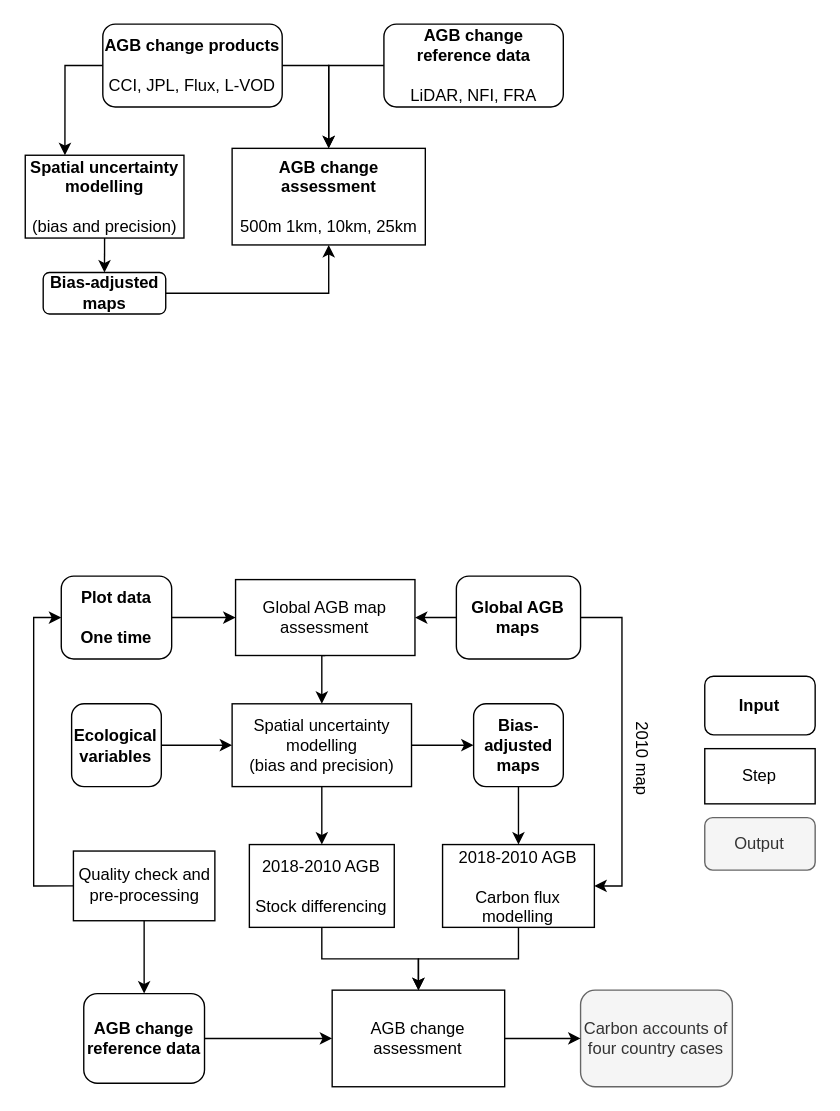
This is paper2.drawio from arnanaraza/diagrams, a draw.io file, before an edit. Source tidied: cells renumbered, new cells numbered last; positions are measured from the earlier drawing's top-left corner, leaving out a move shared by most shapes. Both pictures are drawn from the tidied source at 138%, with x=0, y=0 at pixel (25, 23).
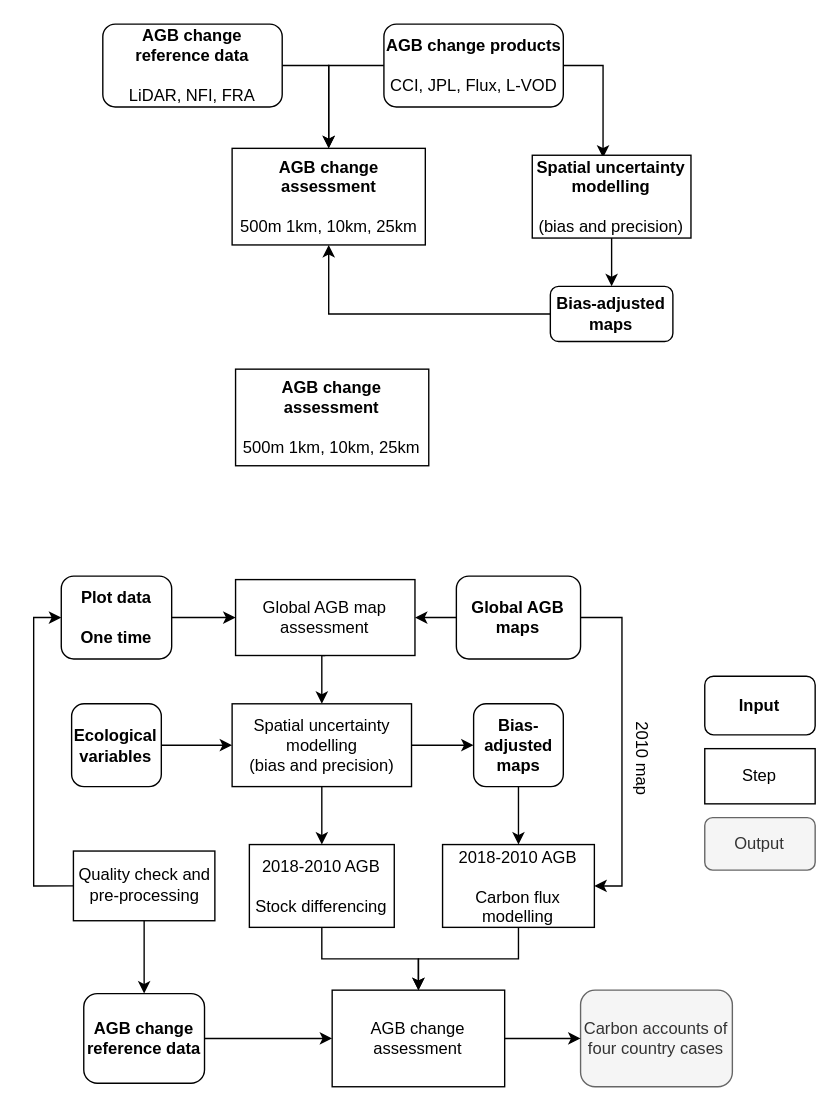
The same page after the edit.

Unchanged cells that the change refers to:
```xml
<mxCell id="41" value="&lt;b&gt;AGB change assessment&lt;/b&gt;&lt;br&gt;&lt;br&gt;500m 1km, 10km, 25km" style="rounded=0;whiteSpace=wrap;html=1;" parent="1" vertex="1">
  <mxGeometry x="149.7" y="90" width="140" height="70" as="geometry" />
</mxCell>
```

The edit, as a diff of the source:
```diff
@@
-    <mxCell id="32" style="edgeStyle=orthogonalEdgeStyle;rounded=0;jettySize=auto;html=1;exitX=0;exitY=0.5;exitDx=0;exitDy=0;entryX=0.25;entryY=0;entryDx=0;entryDy=0;" parent="1" edge="1" source="34" target="36">
-      <mxGeometry relative="1" as="geometry" />
-    </mxCell>
@@
-    <mxCell id="34" value="&lt;b&gt;AGB change products&lt;br&gt;&lt;/b&gt;&lt;br&gt;CCI, JPL, Flux, L-VOD" style="rounded=1;whiteSpace=wrap;html=1;shadow=0;glass=0;sketch=0;" parent="1" vertex="1">
+    <mxCell id="34" value="&lt;b style=&quot;font-family: &amp;#34;helvetica&amp;#34;&quot;&gt;AGB change reference data&lt;/b&gt;&lt;br style=&quot;font-family: &amp;#34;helvetica&amp;#34;&quot;&gt;&lt;br style=&quot;font-family: &amp;#34;helvetica&amp;#34;&quot;&gt;&lt;span style=&quot;font-family: &amp;#34;helvetica&amp;#34;&quot;&gt;LiDAR, NFI, FRA&lt;/span&gt;" style="rounded=1;whiteSpace=wrap;html=1;shadow=0;glass=0;sketch=0;" parent="1" vertex="1">
       <mxGeometry x="56" width="130" height="60" as="geometry" />
     </mxCell>
-    <mxCell id="35" style="edgeStyle=orthogonalEdgeStyle;rounded=0;jettySize=auto;html=1;exitX=0.5;exitY=1;exitDx=0;exitDy=0;entryX=0.5;entryY=0;entryDx=0;entryDy=0;" parent="1" edge="1" source="36" target="40">
-      <mxGeometry relative="1" as="geometry" />
-    </mxCell>
-    <mxCell id="36" value="&lt;b&gt;Spatial uncertainty modelling &lt;br&gt;&lt;/b&gt;&lt;br&gt;(bias and precision)" style="rounded=0;whiteSpace=wrap;html=1;" parent="1" vertex="1">
-      <mxGeometry x="-0.2" y="95" width="115" height="60" as="geometry" />
-    </mxCell>
@@
+    <mxCell id="42" style="edgeStyle=orthogonalEdgeStyle;rounded=0;jettySize=auto;html=1;exitX=1;exitY=0.5;exitDx=0;exitDy=0;entryX=0.446;entryY=0.03;entryDx=0;entryDy=0;entryPerimeter=0;" parent="1" edge="1" source="38" target="36">
+      <mxGeometry relative="1" as="geometry" />
+    </mxCell>
-    <mxCell id="38" value="&lt;span style=&quot;font-family: &amp;#34;helvetica&amp;#34;&quot;&gt;&lt;b&gt;AGB change reference data&lt;/b&gt;&lt;br&gt;&lt;br&gt;LiDAR, NFI, FRA&lt;br&gt;&lt;/span&gt;" style="rounded=1;whiteSpace=wrap;html=1;" parent="1" vertex="1">
+    <mxCell id="38" value="&lt;b&gt;AGB change products&lt;br&gt;&lt;/b&gt;&lt;br&gt;CCI, JPL, Flux, L-VOD&lt;span style=&quot;font-family: &amp;#34;helvetica&amp;#34;&quot;&gt;&lt;br&gt;&lt;/span&gt;" style="rounded=1;whiteSpace=wrap;html=1;" parent="1" vertex="1">
       <mxGeometry x="259.7" width="130" height="60" as="geometry" />
     </mxCell>
-    <mxCell id="39" style="edgeStyle=orthogonalEdgeStyle;rounded=0;jettySize=auto;html=1;exitX=1;exitY=0.5;exitDx=0;exitDy=0;entryX=0.5;entryY=1;entryDx=0;entryDy=0;" parent="1" edge="1" source="40" target="41">
+    <mxCell id="39" style="edgeStyle=orthogonalEdgeStyle;rounded=0;jettySize=auto;html=1;exitX=0;exitY=0.5;exitDx=0;exitDy=0;entryX=0.5;entryY=1;entryDx=0;entryDy=0;" parent="1" edge="1" source="40" target="41">
       <mxGeometry relative="1" as="geometry" />
     </mxCell>
     <mxCell id="40" value="&lt;b&gt;Bias-adjusted maps&lt;br&gt;&lt;/b&gt;" style="rounded=1;whiteSpace=wrap;html=1;" parent="1" vertex="1">
-      <mxGeometry x="12.8" y="180" width="88.8" height="30" as="geometry" />
+      <mxGeometry x="380.3" y="190" width="88.8" height="40" as="geometry" />
     </mxCell>
@@
+    <mxCell id="43" value="&lt;b&gt;AGB change assessment&lt;/b&gt;&lt;br&gt;&lt;br&gt;500m 1km, 10km, 25km" style="rounded=0;whiteSpace=wrap;html=1;" parent="1" vertex="1">
+      <mxGeometry x="152.2" y="250" width="140" height="70" as="geometry" />
+    </mxCell>
+    <mxCell id="35" style="edgeStyle=orthogonalEdgeStyle;rounded=0;jettySize=auto;html=1;exitX=0.5;exitY=1;exitDx=0;exitDy=0;entryX=0.5;entryY=0;entryDx=0;entryDy=0;" parent="1" edge="1" source="36" target="40">
+      <mxGeometry relative="1" as="geometry" />
+    </mxCell>
+    <mxCell id="36" value="&lt;b&gt;Spatial uncertainty modelling &lt;br&gt;&lt;/b&gt;&lt;br&gt;(bias and precision)" style="rounded=0;whiteSpace=wrap;html=1;" parent="1" vertex="1">
+      <mxGeometry x="367.2" y="95" width="115" height="60" as="geometry" />
+    </mxCell>
```
